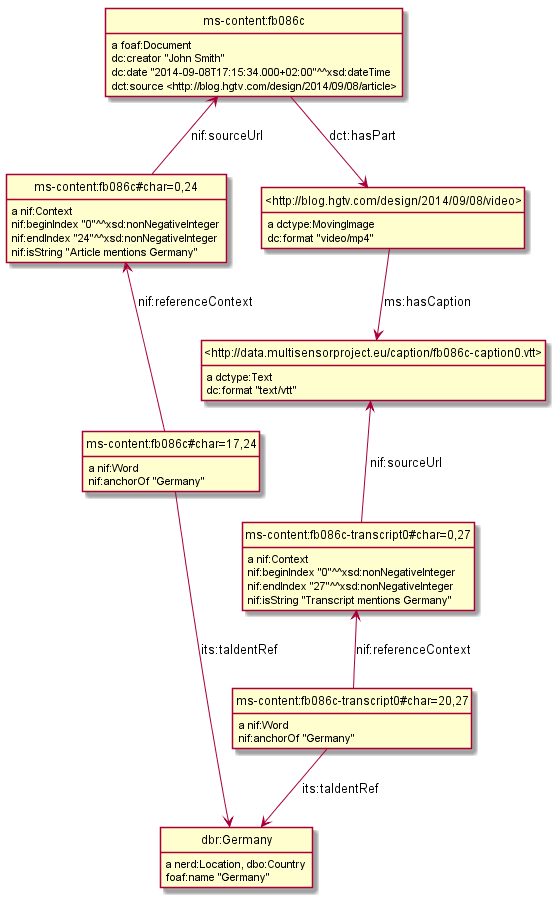
gerardbdn/VladimirAlexiev.github.io keeps this PlantUML diagram as Multisensor/img/NIF-ASR.png. Above is the earlier version. Source of this version:
```plantuml
@startuml
hide empty methods
hide empty attributes
hide circle
skinparam classAttributeIconSize 0
class ms_content_fb086c as "ms-content:fb086c"
ms_content_fb086c : a foaf:Document
class _http___blog_hgtv_com_design_2014_09_08_video_ as "<http://blog.hgtv.com/design/2014/09/08/video>"
ms_content_fb086c --> _http___blog_hgtv_com_design_2014_09_08_video_ : dct:hasPart
ms_content_fb086c : dc:creator "John Smith"
ms_content_fb086c : dc:date "2014-09-08T17:15:34.000+02:00"^^xsd:dateTime
ms_content_fb086c : dct:source <http://blog.hgtv.com/design/2014/09/08/article>
_http___blog_hgtv_com_design_2014_09_08_video_ : a dctype:MovingImage
class _http___data_multisensorproject_eu_caption_fb086c_caption0_vtt_ as "<http://data.multisensorproject.eu/caption/fb086c-caption0.vtt>"
_http___blog_hgtv_com_design_2014_09_08_video_ --> _http___data_multisensorproject_eu_caption_fb086c_caption0_vtt_ : ms:hasCaption
_http___blog_hgtv_com_design_2014_09_08_video_ : dc:format "video/mp4"
class ms_content_fb086c_transcript0_char_20_27 as "ms-content:fb086c-transcript0#char=20,27"
ms_content_fb086c_transcript0_char_20_27 : a nif:Word
class ms_content_fb086c_transcript0_char_0_27 as "ms-content:fb086c-transcript0#char=0,27"
ms_content_fb086c_transcript0_char_20_27 -up-> ms_content_fb086c_transcript0_char_0_27 : nif:referenceContext
class dbr_Germany as "dbr:Germany"
ms_content_fb086c_transcript0_char_20_27 --> dbr_Germany : its:taIdentRef
ms_content_fb086c_transcript0_char_20_27 : nif:anchorOf "Germany"
dbr_Germany : a nerd:Location, dbo:Country
dbr_Germany : foaf:name "Germany"
_http___data_multisensorproject_eu_caption_fb086c_caption0_vtt_ : a dctype:Text
_http___data_multisensorproject_eu_caption_fb086c_caption0_vtt_ : dc:format "text/vtt"
ms_content_fb086c_transcript0_char_0_27 : a nif:Context
ms_content_fb086c_transcript0_char_0_27 -up-> _http___data_multisensorproject_eu_caption_fb086c_caption0_vtt_ : nif:sourceUrl
ms_content_fb086c_transcript0_char_0_27 : nif:beginIndex "0"^^xsd:nonNegativeInteger
ms_content_fb086c_transcript0_char_0_27 : nif:endIndex "27"^^xsd:nonNegativeInteger
ms_content_fb086c_transcript0_char_0_27 : nif:isString "Transcript mentions Germany"
class ms_content_fb086c_char_17_24 as "ms-content:fb086c#char=17,24"
ms_content_fb086c_char_17_24 : a nif:Word
ms_content_fb086c_char_17_24 --> dbr_Germany : its:taIdentRef
class ms_content_fb086c_char_0_24 as "ms-content:fb086c#char=0,24"
ms_content_fb086c_char_17_24 -up-> ms_content_fb086c_char_0_24 : nif:referenceContext
ms_content_fb086c_char_17_24 : nif:anchorOf "Germany"
ms_content_fb086c_char_0_24 : a nif:Context
ms_content_fb086c_char_0_24 -up-> ms_content_fb086c : nif:sourceUrl
ms_content_fb086c_char_0_24 : nif:beginIndex "0"^^xsd:nonNegativeInteger
ms_content_fb086c_char_0_24 : nif:endIndex "24"^^xsd:nonNegativeInteger
ms_content_fb086c_char_0_24 : nif:isString "Article mentions Germany"
@enduml
```
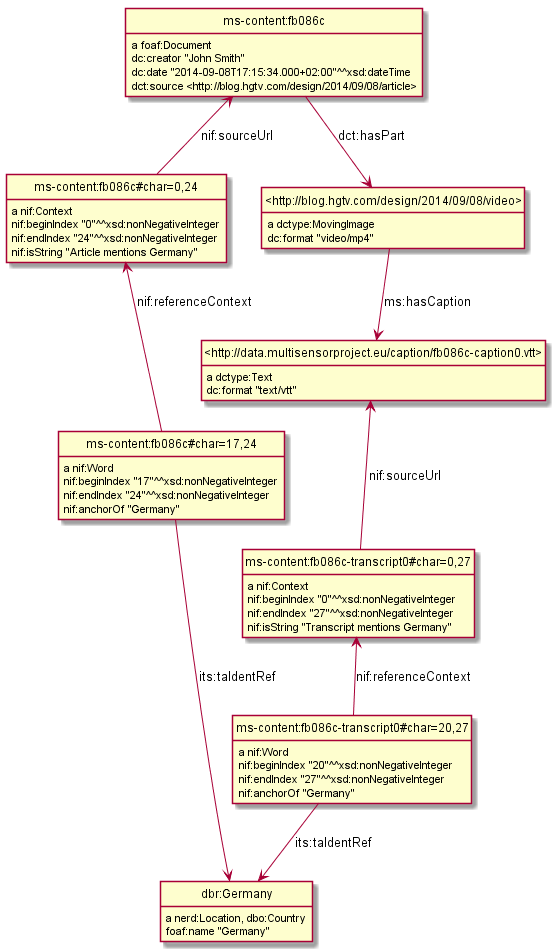
Above is the later version.

Commit message:
add beginIndex/endIndex

The edit, as a diff of the source:
```diff
@@ -10,35 +10,39 @@
 ms_content_fb086c : dc:creator "John Smith"
 ms_content_fb086c : dc:date "2014-09-08T17:15:34.000+02:00"^^xsd:dateTime
 ms_content_fb086c : dct:source <http://blog.hgtv.com/design/2014/09/08/article>
-_http___blog_hgtv_com_design_2014_09_08_video_ : a dctype:MovingImage
-class _http___data_multisensorproject_eu_caption_fb086c_caption0_vtt_ as "<http://data.multisensorproject.eu/caption/fb086c-caption0.vtt>"
-_http___blog_hgtv_com_design_2014_09_08_video_ --> _http___data_multisensorproject_eu_caption_fb086c_caption0_vtt_ : ms:hasCaption
-_http___blog_hgtv_com_design_2014_09_08_video_ : dc:format "video/mp4"
-class ms_content_fb086c_transcript0_char_20_27 as "ms-content:fb086c-transcript0#char=20,27"
-ms_content_fb086c_transcript0_char_20_27 : a nif:Word
-class ms_content_fb086c_transcript0_char_0_27 as "ms-content:fb086c-transcript0#char=0,27"
-ms_content_fb086c_transcript0_char_20_27 -up-> ms_content_fb086c_transcript0_char_0_27 : nif:referenceContext
 class dbr_Germany as "dbr:Germany"
-ms_content_fb086c_transcript0_char_20_27 --> dbr_Germany : its:taIdentRef
-ms_content_fb086c_transcript0_char_20_27 : nif:anchorOf "Germany"
 dbr_Germany : a nerd:Location, dbo:Country
 dbr_Germany : foaf:name "Germany"
+class _http___data_multisensorproject_eu_caption_fb086c_caption0_vtt_ as "<http://data.multisensorproject.eu/caption/fb086c-caption0.vtt>"
 _http___data_multisensorproject_eu_caption_fb086c_caption0_vtt_ : a dctype:Text
 _http___data_multisensorproject_eu_caption_fb086c_caption0_vtt_ : dc:format "text/vtt"
+class ms_content_fb086c_transcript0_char_0_27 as "ms-content:fb086c-transcript0#char=0,27"
 ms_content_fb086c_transcript0_char_0_27 : a nif:Context
 ms_content_fb086c_transcript0_char_0_27 -up-> _http___data_multisensorproject_eu_caption_fb086c_caption0_vtt_ : nif:sourceUrl
 ms_content_fb086c_transcript0_char_0_27 : nif:beginIndex "0"^^xsd:nonNegativeInteger
 ms_content_fb086c_transcript0_char_0_27 : nif:endIndex "27"^^xsd:nonNegativeInteger
 ms_content_fb086c_transcript0_char_0_27 : nif:isString "Transcript mentions Germany"
-class ms_content_fb086c_char_17_24 as "ms-content:fb086c#char=17,24"
-ms_content_fb086c_char_17_24 : a nif:Word
-ms_content_fb086c_char_17_24 --> dbr_Germany : its:taIdentRef
 class ms_content_fb086c_char_0_24 as "ms-content:fb086c#char=0,24"
-ms_content_fb086c_char_17_24 -up-> ms_content_fb086c_char_0_24 : nif:referenceContext
-ms_content_fb086c_char_17_24 : nif:anchorOf "Germany"
 ms_content_fb086c_char_0_24 : a nif:Context
 ms_content_fb086c_char_0_24 -up-> ms_content_fb086c : nif:sourceUrl
 ms_content_fb086c_char_0_24 : nif:beginIndex "0"^^xsd:nonNegativeInteger
 ms_content_fb086c_char_0_24 : nif:endIndex "24"^^xsd:nonNegativeInteger
 ms_content_fb086c_char_0_24 : nif:isString "Article mentions Germany"
+_http___blog_hgtv_com_design_2014_09_08_video_ : a dctype:MovingImage
+_http___blog_hgtv_com_design_2014_09_08_video_ --> _http___data_multisensorproject_eu_caption_fb086c_caption0_vtt_ : ms:hasCaption
+_http___blog_hgtv_com_design_2014_09_08_video_ : dc:format "video/mp4"
+class ms_content_fb086c_transcript0_char_20_27 as "ms-content:fb086c-transcript0#char=20,27"
+ms_content_fb086c_transcript0_char_20_27 : a nif:Word
+ms_content_fb086c_transcript0_char_20_27 -up-> ms_content_fb086c_transcript0_char_0_27 : nif:referenceContext
+ms_content_fb086c_transcript0_char_20_27 --> dbr_Germany : its:taIdentRef
+ms_content_fb086c_transcript0_char_20_27 : nif:beginIndex "20"^^xsd:nonNegativeInteger
+ms_content_fb086c_transcript0_char_20_27 : nif:endIndex "27"^^xsd:nonNegativeInteger
+ms_content_fb086c_transcript0_char_20_27 : nif:anchorOf "Germany"
+class ms_content_fb086c_char_17_24 as "ms-content:fb086c#char=17,24"
+ms_content_fb086c_char_17_24 : a nif:Word
+ms_content_fb086c_char_17_24 --> dbr_Germany : its:taIdentRef
+ms_content_fb086c_char_17_24 -up-> ms_content_fb086c_char_0_24 : nif:referenceContext
+ms_content_fb086c_char_17_24 : nif:beginIndex "17"^^xsd:nonNegativeInteger
+ms_content_fb086c_char_17_24 : nif:endIndex "24"^^xsd:nonNegativeInteger
+ms_content_fb086c_char_17_24 : nif:anchorOf "Germany"
 @enduml
```
